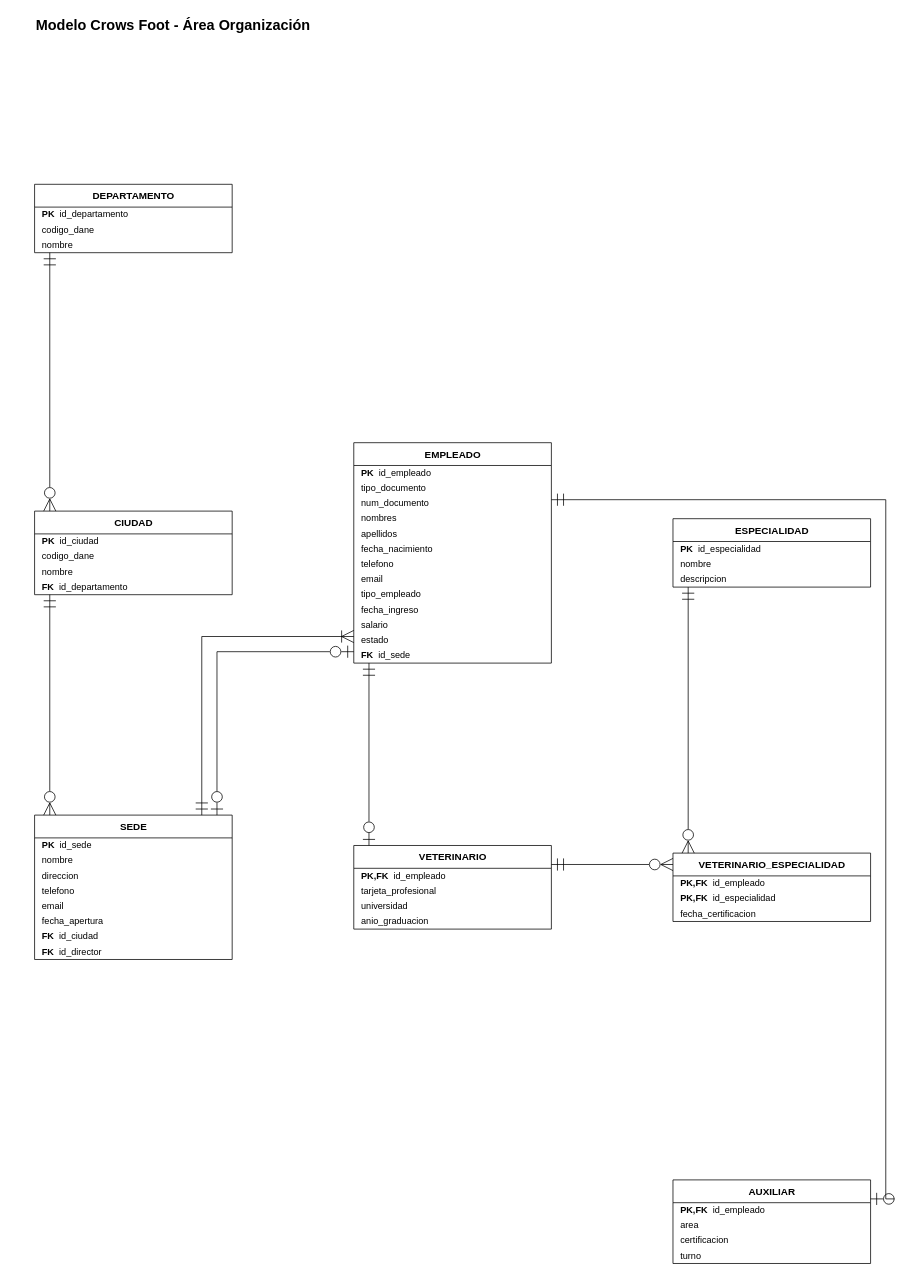
This is documentos/fase1/diagramas_drawio/20_CrowsFoot_Organizacion.drawio from Estarlan/proyecto-bd1-sigevet, a draw.io file, before an edit. Source tidied: cells renumbered, new cells numbered last; positions are measured from the earlier drawing's top-left corner, leaving out a move shared by most shapes. Both pictures are drawn from the tidied source at 76%, with x=0, y=0 at pixel (34, 13).
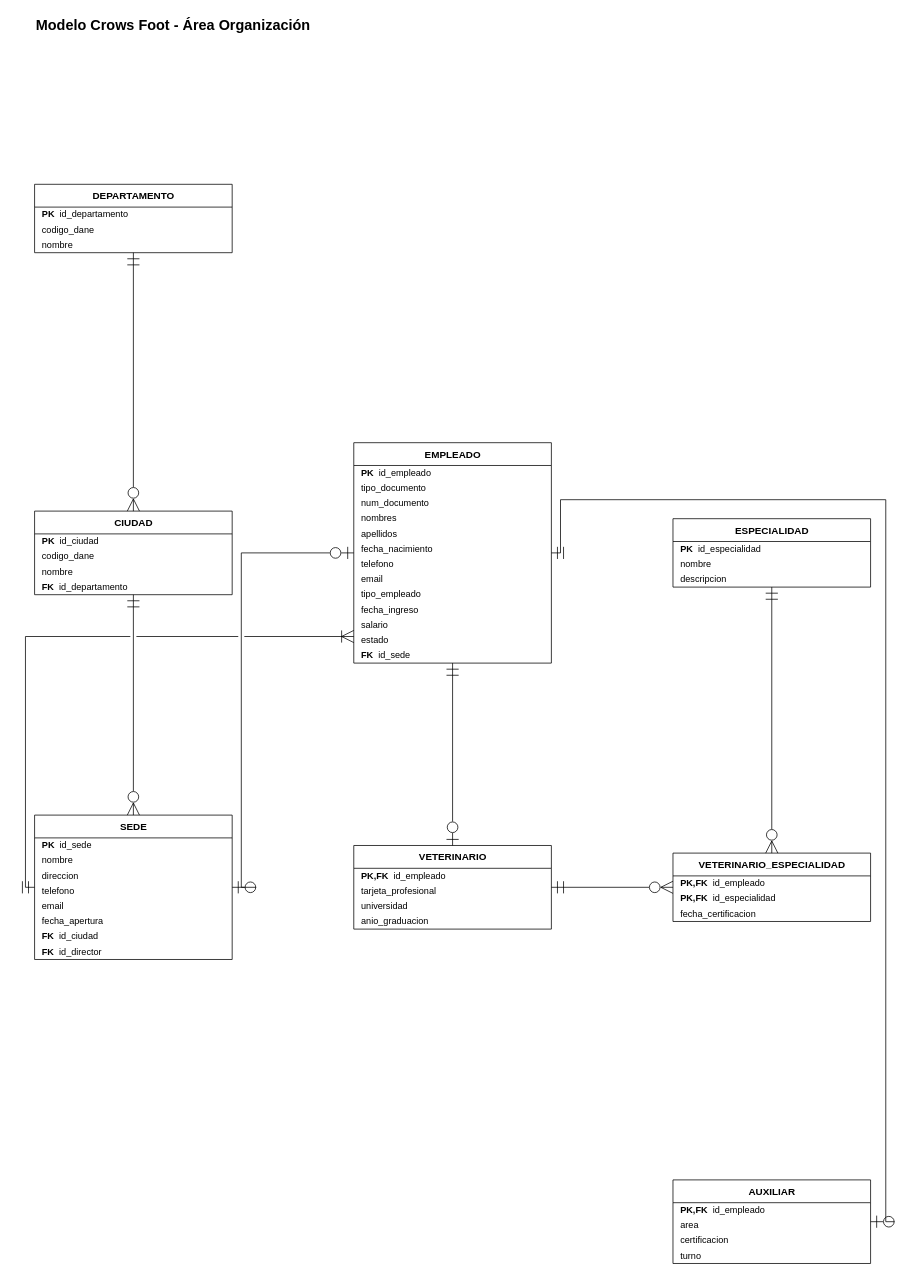
The same diagram, later.

Unchanged cells that the change refers to:
```xml
<mxCell id="3" value="DEPARTAMENTO" style="swimlane;fontStyle=1;horizontal=1;startSize=30;html=1;fillColor=none;swimlaneFillColor=none;fontSize=13;" parent="1" vertex="1">
  <mxGeometry y="225" width="260" height="90" as="geometry" />
</mxCell>
<mxCell id="7" value="CIUDAD" style="swimlane;fontStyle=1;horizontal=1;startSize=30;html=1;fillColor=none;swimlaneFillColor=none;fontSize=13;" parent="1" vertex="1">
  <mxGeometry y="655" width="260" height="110" as="geometry" />
</mxCell>
<mxCell id="12" value="SEDE" style="swimlane;fontStyle=1;horizontal=1;startSize=30;html=1;fillColor=none;swimlaneFillColor=none;fontSize=13;" parent="1" vertex="1">
  <mxGeometry y="1055" width="260" height="190" as="geometry" />
</mxCell>
<mxCell id="21" value="EMPLEADO" style="swimlane;fontStyle=1;horizontal=1;startSize=30;html=1;fillColor=none;swimlaneFillColor=none;fontSize=13;" parent="1" vertex="1">
  <mxGeometry x="420" y="565" width="260" height="290" as="geometry" />
</mxCell>
<mxCell id="35" value="VETERINARIO" style="swimlane;fontStyle=1;horizontal=1;startSize=30;html=1;fillColor=none;swimlaneFillColor=none;fontSize=13;" parent="1" vertex="1">
  <mxGeometry x="420" y="1095" width="260" height="110" as="geometry" />
</mxCell>
<mxCell id="40" value="AUXILIAR" style="swimlane;fontStyle=1;horizontal=1;startSize=30;html=1;fillColor=none;swimlaneFillColor=none;fontSize=13;" parent="1" vertex="1">
  <mxGeometry x="840" y="1535" width="260" height="110" as="geometry" />
</mxCell>
<mxCell id="45" value="ESPECIALIDAD" style="swimlane;fontStyle=1;horizontal=1;startSize=30;html=1;fillColor=none;swimlaneFillColor=none;fontSize=13;" parent="1" vertex="1">
  <mxGeometry x="840" y="665" width="260" height="90" as="geometry" />
</mxCell>
<mxCell id="49" value="VETERINARIO_ESPECIALIDAD" style="swimlane;fontStyle=1;horizontal=1;startSize=30;html=1;fillColor=none;swimlaneFillColor=none;fontSize=13;" parent="1" vertex="1">
  <mxGeometry x="840" y="1105" width="260" height="90" as="geometry" />
</mxCell>
```

What changed in the source:
```diff
@@
-    <mxCell id="53" style="html=1;endArrow=none;fontSize=12;labelBackgroundColor=default;startArrow=ERzeroToMany;endArrow=ERmandOne;startFill=0;endFill=0;startSize=14;endSize=14;jumpStyle=gap;jumpSize=8;edgeStyle=none;rounded=0;exitX=0.07692308;exitY=0.00000000;exitPerimeter=0;entryX=0.07692308;entryY=1.00000000;entryPerimeter=0;" parent="1" edge="1" source="7" target="3">
+    <mxCell id="53" style="html=1;endArrow=none;fontSize=12;labelBackgroundColor=default;startArrow=ERzeroToMany;endArrow=ERmandOne;startFill=0;endFill=0;startSize=14;endSize=14;jumpStyle=gap;jumpSize=8;edgeStyle=none;rounded=0;exitX=0.07692308;exitY=0.00000000;exitPerimeter=0;entryX=0.07692308;entryY=1.00000000;entryPerimeter=0;exitX=0.50000000;exitY=0.00000000;exitPerimeter=0;entryX=0.50000000;entryY=1.00000000;entryPerimeter=0;" parent="1" edge="1" source="7" target="3">
       <mxGeometry relative="1" as="geometry">
         <Array as="points">
-          <mxPoint x="20" y="640" />
-          <mxPoint x="20" y="340" />
+          <mxPoint x="130" y="655" />
+          <mxPoint x="130" y="315" />
         </Array>
       </mxGeometry>
     </mxCell>
-    <mxCell id="54" style="html=1;endArrow=none;fontSize=12;labelBackgroundColor=default;startArrow=ERzeroToMany;endArrow=ERmandOne;startFill=0;endFill=0;startSize=14;endSize=14;jumpStyle=gap;jumpSize=8;edgeStyle=none;rounded=0;exitX=0.07692308;exitY=0.00000000;exitPerimeter=0;entryX=0.07692308;entryY=1.00000000;entryPerimeter=0;" parent="1" edge="1" source="12" target="7">
+    <mxCell id="54" style="html=1;endArrow=none;fontSize=12;labelBackgroundColor=default;startArrow=ERzeroToMany;endArrow=ERmandOne;startFill=0;endFill=0;startSize=14;endSize=14;jumpStyle=gap;jumpSize=8;edgeStyle=none;rounded=0;exitX=0.07692308;exitY=0.00000000;exitPerimeter=0;entryX=0.07692308;entryY=1.00000000;entryPerimeter=0;exitX=0.50000000;exitY=0.00000000;exitPerimeter=0;entryX=0.50000000;entryY=1.00000000;entryPerimeter=0;" parent="1" edge="1" source="12" target="7">
       <mxGeometry relative="1" as="geometry">
         <Array as="points">
-          <mxPoint x="20" y="1040" />
-          <mxPoint x="20" y="780" />
+          <mxPoint x="130" y="1055" />
+          <mxPoint x="130" y="765" />
         </Array>
       </mxGeometry>
     </mxCell>
-    <mxCell id="55" style="html=1;endArrow=none;fontSize=12;labelBackgroundColor=default;startArrow=ERzeroToOne;endArrow=ERzeroToOne;startFill=0;endFill=0;startSize=14;endSize=14;jumpStyle=gap;jumpSize=8;edgeStyle=none;rounded=0;exitX=0.92307692;exitY=0.00000000;exitPerimeter=0;entryX=0.00000000;entryY=0.94827586;entryPerimeter=0;" parent="1" edge="1" source="12" target="21">
+    <mxCell id="55" style="html=1;endArrow=none;fontSize=12;labelBackgroundColor=default;startArrow=ERzeroToOne;endArrow=ERzeroToOne;startFill=0;endFill=0;startSize=14;endSize=14;jumpStyle=gap;jumpSize=8;edgeStyle=none;rounded=0;exitX=0.92307692;exitY=0.00000000;exitPerimeter=0;entryX=0.00000000;entryY=0.94827586;entryPerimeter=0;exitX=1.00000000;exitY=0.50000000;exitPerimeter=0;entryX=0.00000000;entryY=0.50000000;entryPerimeter=0;" parent="1" edge="1" source="12" target="21">
       <mxGeometry relative="1" as="geometry">
         <Array as="points">
-          <mxPoint x="240" y="1040" />
-          <mxPoint x="240" y="840" />
-          <mxPoint x="400" y="840" />
+          <mxPoint x="260" y="1150" />
+          <mxPoint x="272" y="1150" />
+          <mxPoint x="272" y="710" />
+          <mxPoint x="420" y="710" />
         </Array>
       </mxGeometry>
     </mxCell>
-    <mxCell id="56" style="html=1;endArrow=none;fontSize=12;labelBackgroundColor=default;startArrow=ERoneToMany;endArrow=ERmandOne;startFill=0;endFill=0;startSize=14;endSize=14;jumpStyle=gap;jumpSize=8;edgeStyle=none;rounded=0;exitX=0.00000000;exitY=0.87931034;exitPerimeter=0;entryX=0.84615385;entryY=0.00000000;entryPerimeter=0;" parent="1" edge="1" source="21" target="12">
+    <mxCell id="56" style="html=1;endArrow=none;fontSize=12;labelBackgroundColor=default;startArrow=ERoneToMany;endArrow=ERmandOne;startFill=0;endFill=0;startSize=14;endSize=14;jumpStyle=gap;jumpSize=8;edgeStyle=none;rounded=0;exitX=0.00000000;exitY=0.87931034;exitPerimeter=0;entryX=0.84615385;entryY=0.00000000;entryPerimeter=0;exitX=0.00000000;exitY=0.87931034;exitPerimeter=0;entryX=0.00000000;entryY=0.50000000;entryPerimeter=0;" parent="1" edge="1" source="21" target="12">
       <mxGeometry relative="1" as="geometry">
         <Array as="points">
-          <mxPoint x="400" y="820" />
-          <mxPoint x="220" y="820" />
-          <mxPoint x="220" y="1040" />
+          <mxPoint x="420" y="820" />
+          <mxPoint x="-12" y="820" />
+          <mxPoint x="-12" y="1150" />
+          <mxPoint y="1150" />
         </Array>
       </mxGeometry>
     </mxCell>
-    <mxCell id="57" style="html=1;endArrow=none;fontSize=12;labelBackgroundColor=default;startArrow=ERzeroToOne;endArrow=ERmandOne;startFill=0;endFill=0;startSize=14;endSize=14;jumpStyle=gap;jumpSize=8;edgeStyle=none;rounded=0;exitX=0.07692308;exitY=0.00000000;exitPerimeter=0;entryX=0.07692308;entryY=1.00000000;entryPerimeter=0;" parent="1" edge="1" source="35" target="21">
+    <mxCell id="57" style="html=1;endArrow=none;fontSize=12;labelBackgroundColor=default;startArrow=ERzeroToOne;endArrow=ERmandOne;startFill=0;endFill=0;startSize=14;endSize=14;jumpStyle=gap;jumpSize=8;edgeStyle=none;rounded=0;exitX=0.07692308;exitY=0.00000000;exitPerimeter=0;entryX=0.07692308;entryY=1.00000000;entryPerimeter=0;exitX=0.50000000;exitY=0.00000000;exitPerimeter=0;entryX=0.50000000;entryY=1.00000000;entryPerimeter=0;" parent="1" edge="1" source="35" target="21">
       <mxGeometry relative="1" as="geometry">
         <Array as="points">
-          <mxPoint x="440" y="1080" />
-          <mxPoint x="440" y="880" />
+          <mxPoint x="550" y="1095" />
+          <mxPoint x="550" y="855" />
         </Array>
       </mxGeometry>
     </mxCell>
-    <mxCell id="58" style="html=1;endArrow=none;fontSize=12;labelBackgroundColor=default;startArrow=ERzeroToOne;endArrow=ERmandOne;startFill=0;endFill=0;startSize=14;endSize=14;jumpStyle=gap;jumpSize=8;edgeStyle=none;rounded=0;exitX=1.00000000;exitY=0.22727273;exitPerimeter=0;entryX=1.00000000;entryY=0.25862069;entryPerimeter=0;" parent="1" edge="1" source="40" target="21">
+    <mxCell id="58" style="html=1;endArrow=none;fontSize=12;labelBackgroundColor=default;startArrow=ERzeroToOne;endArrow=ERmandOne;startFill=0;endFill=0;startSize=14;endSize=14;jumpStyle=gap;jumpSize=8;edgeStyle=none;rounded=0;exitX=1.00000000;exitY=0.22727273;exitPerimeter=0;entryX=1.00000000;entryY=0.25862069;entryPerimeter=0;exitX=1.00000000;exitY=0.50000000;exitPerimeter=0;entryX=1.00000000;entryY=0.50000000;entryPerimeter=0;" parent="1" edge="1" source="40" target="21">
       <mxGeometry relative="1" as="geometry">
         <Array as="points">
-          <mxPoint x="1120" y="1560" />
+          <mxPoint x="1100" y="1590" />
+          <mxPoint x="1120" y="1590" />
           <mxPoint x="1120" y="640" />
-          <mxPoint x="700" y="640" />
+          <mxPoint x="692" y="640" />
+          <mxPoint x="692" y="710" />
+          <mxPoint x="680" y="710" />
         </Array>
       </mxGeometry>
     </mxCell>
-    <mxCell id="59" style="html=1;endArrow=none;fontSize=12;labelBackgroundColor=default;startArrow=ERzeroToMany;endArrow=ERmandOne;startFill=0;endFill=0;startSize=14;endSize=14;jumpStyle=gap;jumpSize=8;edgeStyle=none;rounded=0;exitX=0.00000000;exitY=0.16666667;exitPerimeter=0;entryX=1.00000000;entryY=0.22727273;entryPerimeter=0;" parent="1" edge="1" source="49" target="35">
+    <mxCell id="59" style="html=1;endArrow=none;fontSize=12;labelBackgroundColor=default;startArrow=ERzeroToMany;endArrow=ERmandOne;startFill=0;endFill=0;startSize=14;endSize=14;jumpStyle=gap;jumpSize=8;edgeStyle=none;rounded=0;exitX=0.00000000;exitY=0.16666667;exitPerimeter=0;entryX=1.00000000;entryY=0.22727273;entryPerimeter=0;exitX=0.00000000;exitY=0.50000000;exitPerimeter=0;entryX=1.00000000;entryY=0.50000000;entryPerimeter=0;" parent="1" edge="1" source="49" target="35">
       <mxGeometry relative="1" as="geometry">
         <Array as="points">
-          <mxPoint x="820" y="1120" />
-          <mxPoint x="700" y="1120" />
+          <mxPoint x="840" y="1150" />
+          <mxPoint x="680" y="1150" />
         </Array>
       </mxGeometry>
     </mxCell>
-    <mxCell id="60" style="html=1;endArrow=none;fontSize=12;labelBackgroundColor=default;startArrow=ERzeroToMany;endArrow=ERmandOne;startFill=0;endFill=0;startSize=14;endSize=14;jumpStyle=gap;jumpSize=8;edgeStyle=none;rounded=0;exitX=0.07692308;exitY=0.00000000;exitPerimeter=0;entryX=0.07692308;entryY=1.00000000;entryPerimeter=0;" parent="1" edge="1" source="49" target="45">
+    <mxCell id="60" style="html=1;endArrow=none;fontSize=12;labelBackgroundColor=default;startArrow=ERzeroToMany;endArrow=ERmandOne;startFill=0;endFill=0;startSize=14;endSize=14;jumpStyle=gap;jumpSize=8;edgeStyle=none;rounded=0;exitX=0.07692308;exitY=0.00000000;exitPerimeter=0;entryX=0.07692308;entryY=1.00000000;entryPerimeter=0;exitX=0.50000000;exitY=0.00000000;exitPerimeter=0;entryX=0.50000000;entryY=1.00000000;entryPerimeter=0;" parent="1" edge="1" source="49" target="45">
       <mxGeometry relative="1" as="geometry">
         <Array as="points">
-          <mxPoint x="860" y="1080" />
-          <mxPoint x="860" y="780" />
+          <mxPoint x="970" y="1105" />
+          <mxPoint x="970" y="755" />
         </Array>
       </mxGeometry>
     </mxCell>
```
